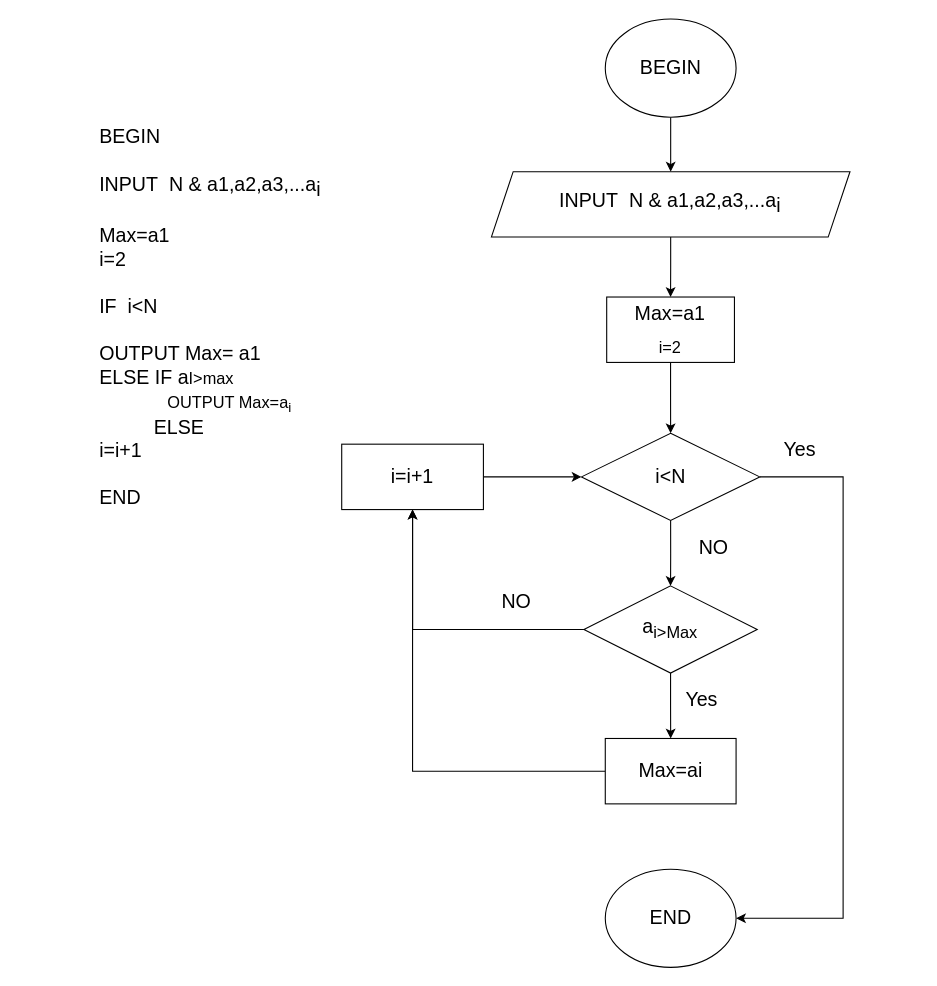
Before: page "Page-1" (1 of 2) of Module_1/Bai_3/Bai Tap/Bai tap 4.drawio in dong7385/C1120G1_NguyenNgocDong, a draw.io diagram. Source tidied: cells renumbered, new cells numbered last; positions are measured from the earlier drawing's top-left corner, leaving out a move shared by most shapes. Both pictures are drawn from the tidied source at 109%, with x=0, y=0 at pixel (46, 19).
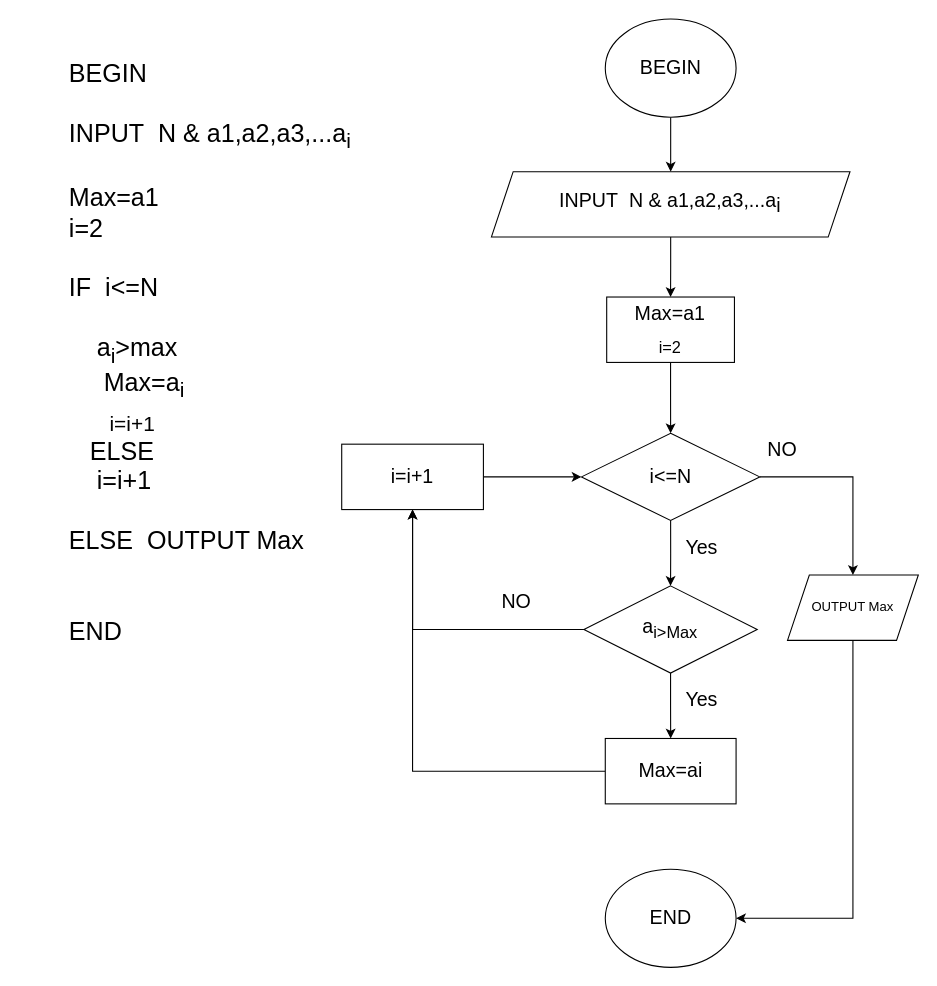
The same diagram, later.

Unchanged cells that the change refers to:
```xml
<mxCell id="15" value="END" style="ellipse;whiteSpace=wrap;html=1;fontSize=18;" parent="1" vertex="1">
  <mxGeometry x="512.8" y="780" width="120" height="90" as="geometry" />
</mxCell>
```

Change to the diagram source:
```diff
@@
-    <mxCell id="6" value="&lt;p style=&quot;line-height: 100% ; font-size: 18px&quot;&gt;&lt;/p&gt;&lt;blockquote style=&quot;margin: 0px 0px 0px 40px ; border: none ; padding: 0px&quot;&gt;&lt;div style=&quot;font-size: 18px ; text-align: left&quot;&gt;&lt;span style=&quot;font-size: 18px&quot;&gt;&lt;font style=&quot;font-size: 18px&quot;&gt;BEGIN&lt;/font&gt;&lt;/span&gt;&lt;/div&gt;&lt;div style=&quot;font-size: 18px ; text-align: left&quot;&gt;&lt;span style=&quot;font-size: 18px&quot;&gt;&lt;font style=&quot;font-size: 18px&quot;&gt;&lt;br style=&quot;font-size: 18px&quot;&gt;&lt;/font&gt;&lt;/span&gt;&lt;/div&gt;&lt;font&gt;&lt;div style=&quot;font-size: 18px ; text-align: left&quot;&gt;&lt;span style=&quot;text-align: center&quot;&gt;INPUT&amp;nbsp; N &amp;amp; a1,a2,a3,...a&lt;/span&gt;&lt;sub style=&quot;text-align: center ; font-size: 18px&quot;&gt;i&lt;/sub&gt;&lt;br&gt;&lt;/div&gt;&lt;div style=&quot;font-size: 18px ; text-align: left&quot;&gt;&lt;span style=&quot;font-size: 18px&quot;&gt;&lt;br style=&quot;font-size: 18px&quot;&gt;&lt;/span&gt;&lt;/div&gt;&lt;div style=&quot;font-size: 18px ; text-align: left&quot;&gt;Max=a1&amp;nbsp;&lt;/div&gt;&lt;div style=&quot;font-size: 18px ; text-align: left&quot;&gt;i=2&lt;/div&gt;&lt;div style=&quot;font-size: 18px ; text-align: left&quot;&gt;&lt;br style=&quot;font-size: 18px&quot;&gt;&lt;/div&gt;&lt;div style=&quot;font-size: 18px ; text-align: left&quot;&gt;IF&amp;nbsp; i&amp;lt;N&amp;nbsp;&lt;/div&gt;&lt;div style=&quot;font-size: 18px ; text-align: left&quot;&gt;&lt;br style=&quot;font-size: 18px&quot;&gt;&lt;/div&gt;&lt;div style=&quot;font-size: 18px ; text-align: left&quot;&gt;OUTPUT Max= a1&lt;/div&gt;&lt;div style=&quot;text-align: left&quot;&gt;&lt;span style=&quot;font-size: 18px&quot;&gt;ELSE IF a&lt;/span&gt;&lt;span style=&quot;font-size: 15px&quot;&gt;I&amp;gt;max&lt;/span&gt;&lt;/div&gt;&lt;div style=&quot;text-align: left&quot;&gt;&lt;span style=&quot;font-size: 15px&quot;&gt;&amp;nbsp; &amp;nbsp; &amp;nbsp; &amp;nbsp; &amp;nbsp; &amp;nbsp; &amp;nbsp; &amp;nbsp;OUTPUT Max=a&lt;sub&gt;i&lt;/sub&gt;&lt;/span&gt;&lt;/div&gt;&lt;div style=&quot;font-size: 18px ; text-align: left&quot;&gt;&amp;nbsp; &amp;nbsp; &amp;nbsp; &amp;nbsp; &amp;nbsp; ELSE&amp;nbsp;&lt;/div&gt;&lt;div style=&quot;font-size: 18px ; text-align: left&quot;&gt;i=i+1&lt;/div&gt;&lt;span style=&quot;font-size: 18px&quot;&gt;&lt;div style=&quot;text-align: left ; font-size: 18px&quot;&gt;&lt;span style=&quot;font-size: 18px&quot;&gt;&lt;br style=&quot;font-size: 18px&quot;&gt;&lt;/span&gt;&lt;/div&gt;&lt;/span&gt;&lt;/font&gt;&lt;div style=&quot;font-size: 18px ; text-align: left&quot;&gt;&lt;span style=&quot;font-size: 18px&quot;&gt;&lt;font style=&quot;font-size: 18px&quot;&gt;END&lt;/font&gt;&lt;/span&gt;&lt;/div&gt;&lt;div style=&quot;font-size: 18px ; text-align: left&quot;&gt;&lt;span style=&quot;font-size: 18px&quot;&gt;&lt;font style=&quot;font-size: 18px&quot;&gt;&lt;br style=&quot;font-size: 18px&quot;&gt;&lt;/font&gt;&lt;/span&gt;&lt;/div&gt;&lt;/blockquote&gt;&lt;p style=&quot;font-size: 18px&quot;&gt;&lt;/p&gt;" style="text;html=1;align=center;verticalAlign=middle;fillColor=none;strokeColor=none;rounded=0;fontSize=18;" parent="1" vertex="1">
-      <mxGeometry y="70" width="260" height="430" as="geometry" />
+    <mxCell id="6" value="&lt;p style=&quot;line-height: 100% ; font-size: 18px&quot;&gt;&lt;/p&gt;&lt;blockquote style=&quot;margin: 0px 0px 0px 40px ; border: none ; padding: 0px ; font-size: 23px&quot;&gt;&lt;div style=&quot;text-align: left&quot;&gt;&lt;span&gt;&lt;font style=&quot;font-size: 23px&quot;&gt;BEGIN&lt;/font&gt;&lt;/span&gt;&lt;/div&gt;&lt;div style=&quot;text-align: left&quot;&gt;&lt;span&gt;&lt;font style=&quot;font-size: 23px&quot;&gt;&lt;br&gt;&lt;/font&gt;&lt;/span&gt;&lt;/div&gt;&lt;font style=&quot;font-size: 23px&quot;&gt;&lt;div style=&quot;text-align: left&quot;&gt;&lt;span style=&quot;text-align: center&quot;&gt;INPUT&amp;nbsp; N &amp;amp; a1,a2,a3,...a&lt;/span&gt;&lt;sub style=&quot;text-align: center&quot;&gt;i&lt;/sub&gt;&lt;br&gt;&lt;/div&gt;&lt;div style=&quot;text-align: left&quot;&gt;&lt;span&gt;&lt;br&gt;&lt;/span&gt;&lt;/div&gt;&lt;div style=&quot;text-align: left&quot;&gt;Max=a1&amp;nbsp;&lt;/div&gt;&lt;div style=&quot;text-align: left&quot;&gt;i=2&lt;/div&gt;&lt;div style=&quot;text-align: left&quot;&gt;&lt;br&gt;&lt;/div&gt;&lt;div style=&quot;text-align: left&quot;&gt;IF&amp;nbsp; i&amp;lt;=N&amp;nbsp;&lt;/div&gt;&lt;div style=&quot;text-align: left&quot;&gt;&lt;br&gt;&lt;/div&gt;&lt;div style=&quot;text-align: left&quot;&gt;&lt;div&gt;&amp;nbsp; &amp;nbsp; a&lt;sub&gt;i&lt;/sub&gt;&lt;span&gt;&amp;gt;max&lt;/span&gt;&lt;/div&gt;&lt;div&gt;&lt;span&gt;&amp;nbsp; &amp;nbsp; &amp;nbsp;Max=a&lt;sub&gt;i&lt;/sub&gt;&lt;/span&gt;&lt;/div&gt;&lt;div&gt;&lt;span&gt;&lt;sub&gt;&amp;nbsp; &amp;nbsp; &amp;nbsp; &amp;nbsp;i=i+1&lt;/sub&gt;&lt;/span&gt;&lt;/div&gt;&lt;div&gt;&amp;nbsp; &amp;nbsp;ELSE&amp;nbsp;&lt;/div&gt;&lt;div&gt;&amp;nbsp; &amp;nbsp; i=i+1&lt;/div&gt;&lt;/div&gt;&lt;div style=&quot;text-align: left&quot;&gt;&lt;span&gt;&lt;br&gt;&lt;/span&gt;&lt;/div&gt;&lt;div style=&quot;text-align: left&quot;&gt;&lt;span&gt;ELSE&amp;nbsp;&amp;nbsp;&lt;/span&gt;&lt;span&gt;OUTPUT Max&lt;/span&gt;&lt;/div&gt;&lt;div style=&quot;text-align: left&quot;&gt;&lt;br&gt;&lt;/div&gt;&lt;span&gt;&lt;div style=&quot;text-align: left&quot;&gt;&lt;span&gt;&lt;br&gt;&lt;/span&gt;&lt;/div&gt;&lt;/span&gt;&lt;/font&gt;&lt;div style=&quot;text-align: left&quot;&gt;&lt;span&gt;&lt;font style=&quot;font-size: 23px&quot;&gt;END&lt;/font&gt;&lt;/span&gt;&lt;/div&gt;&lt;div style=&quot;text-align: left&quot;&gt;&lt;span&gt;&lt;font style=&quot;font-size: 18px&quot;&gt;&lt;br style=&quot;font-size: 18px&quot;&gt;&lt;/font&gt;&lt;/span&gt;&lt;/div&gt;&lt;/blockquote&gt;&lt;p style=&quot;font-size: 18px&quot;&gt;&lt;/p&gt;" style="text;html=1;align=center;verticalAlign=middle;fillColor=none;strokeColor=none;rounded=0;fontSize=18;" parent="1" vertex="1">
+      <mxGeometry x="-25" y="65" width="310" height="510" as="geometry" />
     </mxCell>
@@
-    <mxCell id="8" style="edgeStyle=orthogonalEdgeStyle;rounded=0;jettySize=auto;html=1;entryX=1;entryY=0.5;entryDx=0;entryDy=0;fontSize=18;" parent="1" edge="1" source="9" target="15">
-      <mxGeometry relative="1" as="geometry">
-        <Array as="points">
-          <mxPoint x="731" y="420" />
-          <mxPoint x="731" y="825" />
-        </Array>
-      </mxGeometry>
-    </mxCell>
+    <mxCell id="24" style="edgeStyle=orthogonalEdgeStyle;rounded=0;jettySize=auto;html=1;entryX=0.5;entryY=0;entryDx=0;entryDy=0;" parent="1" edge="1" source="9" target="26">
+      <mxGeometry relative="1" as="geometry" />
+    </mxCell>
-    <mxCell id="9" value="i&amp;lt;N" style="rhombus;whiteSpace=wrap;html=1;fontSize=18;" parent="1" vertex="1">
+    <mxCell id="9" value="i&amp;lt;=N" style="rhombus;whiteSpace=wrap;html=1;fontSize=18;" parent="1" vertex="1">
       <mxGeometry x="491" y="380" width="163.5" height="80" as="geometry" />
     </mxCell>
@@
     <mxCell id="20" value="Yes" style="text;html=1;align=center;verticalAlign=middle;fillColor=none;strokeColor=none;rounded=0;fontSize=18;" parent="1" vertex="1">
-      <mxGeometry x="671" y="380" width="40" height="30" as="geometry" />
+      <mxGeometry x="581" y="470" width="40" height="30" as="geometry" />
     </mxCell>
@@
     <mxCell id="23" value="NO" style="text;html=1;align=center;verticalAlign=middle;fillColor=none;strokeColor=none;rounded=0;fontSize=18;" parent="1" vertex="1">
-      <mxGeometry x="592" y="470" width="40" height="30" as="geometry" />
+      <mxGeometry x="654.5" y="380" width="40" height="30" as="geometry" />
     </mxCell>
+    <mxCell id="25" style="edgeStyle=orthogonalEdgeStyle;rounded=0;jettySize=auto;html=1;entryX=1;entryY=0.5;entryDx=0;entryDy=0;" parent="1" edge="1" source="26" target="15">
+      <mxGeometry relative="1" as="geometry">
+        <Array as="points">
+          <mxPoint x="740" y="825" />
+        </Array>
+      </mxGeometry>
+    </mxCell>
+    <mxCell id="26" value="OUTPUT Max" style="shape=parallelogram;perimeter=parallelogramPerimeter;whiteSpace=wrap;html=1;fixedSize=1;" parent="1" vertex="1">
+      <mxGeometry x="680" y="510" width="120" height="60" as="geometry" />
+    </mxCell>
```
